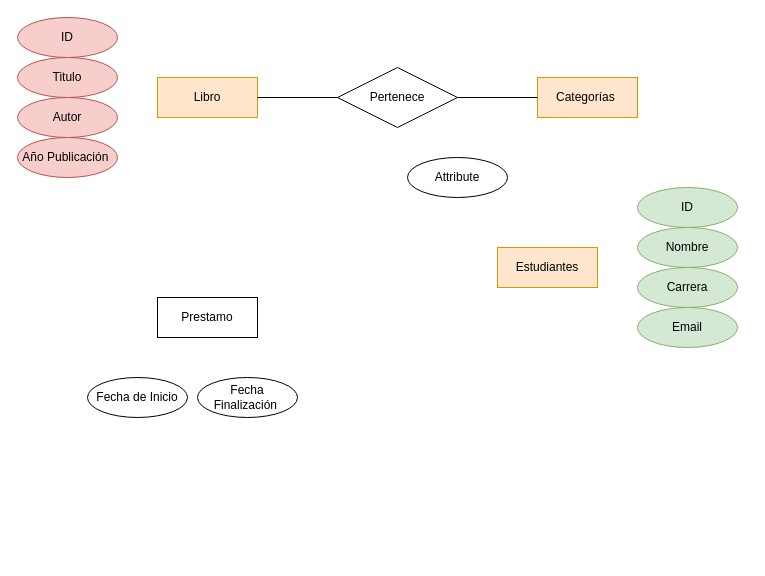
SebassX69/DiagramasDB keeps this draw.io diagram as LabMertoMR.drawio. Above is the earlier version. Source tidied: cells renumbered, new cells numbered last; positions are measured from the earlier drawing's top-left corner, leaving out a move shared by most shapes. Both pictures are drawn from the tidied source at 100%, with x=0, y=0 at pixel (17, 17).
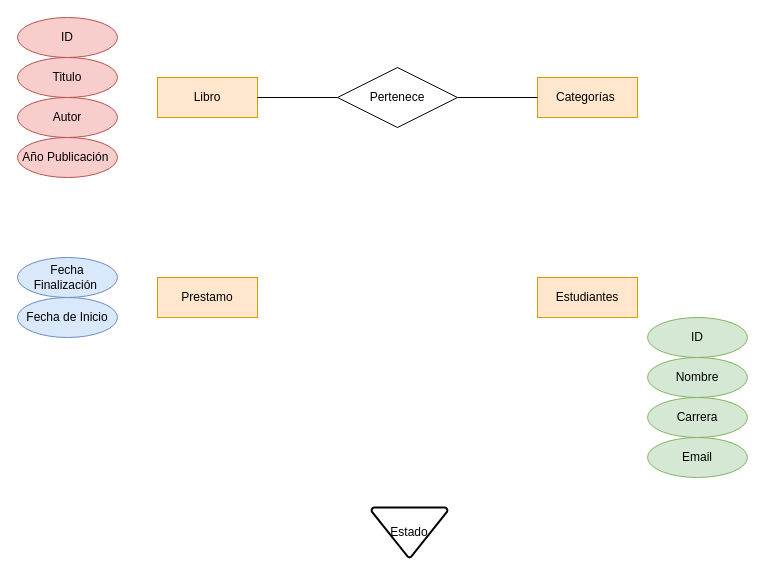
After the change.

What changed in the source:
```diff
@@
 <mxGraphModel>
   <root>
     <mxCell id="0" />
     <mxCell id="1" parent="0" />
     <mxCell id="2" value="Libro" style="whiteSpace=wrap;html=1;align=center;fillColor=#ffe6cc;strokeColor=#d79b00;" parent="1" vertex="1">
       <mxGeometry x="140" y="60" width="100" height="40" as="geometry" />
     </mxCell>
     <mxCell id="3" value="ID" style="ellipse;whiteSpace=wrap;html=1;align=center;fillColor=#f8cecc;strokeColor=#b85450;" parent="1" vertex="1">
       <mxGeometry width="100" height="40" as="geometry" />
     </mxCell>
     <mxCell id="4" value="Titulo" style="ellipse;whiteSpace=wrap;html=1;align=center;fillColor=#f8cecc;strokeColor=#b85450;" parent="1" vertex="1">
       <mxGeometry y="40" width="100" height="40" as="geometry" />
     </mxCell>
     <mxCell id="5" value="Autor" style="ellipse;whiteSpace=wrap;html=1;align=center;fillColor=#f8cecc;strokeColor=#b85450;" parent="1" vertex="1">
       <mxGeometry y="80" width="100" height="40" as="geometry" />
     </mxCell>
     <mxCell id="6" value="Año Publicación&lt;span style=&quot;background-color: transparent; color: light-dark(rgb(0, 0, 0), rgb(255, 255, 255));&quot;&gt;&amp;nbsp;&lt;/span&gt;" style="ellipse;whiteSpace=wrap;html=1;align=center;fillColor=#f8cecc;strokeColor=#b85450;" parent="1" vertex="1">
       <mxGeometry y="120" width="100" height="40" as="geometry" />
     </mxCell>
     <mxCell id="7" value="Categorías&amp;nbsp;" style="whiteSpace=wrap;html=1;align=center;fillColor=#ffe6cc;strokeColor=#d79b00;" parent="1" vertex="1">
       <mxGeometry x="520" y="60" width="100" height="40" as="geometry" />
     </mxCell>
     <mxCell id="8" value="Pertenece" style="shape=rhombus;perimeter=rhombusPerimeter;whiteSpace=wrap;html=1;align=center;" parent="1" vertex="1">
       <mxGeometry x="320" y="50" width="120" height="60" as="geometry" />
     </mxCell>
     <mxCell id="9" value="Estudiantes" style="whiteSpace=wrap;html=1;align=center;fillColor=#ffe6cc;strokeColor=#d79b00;" parent="1" vertex="1">
-      <mxGeometry x="480" y="230" width="100" height="40" as="geometry" />
+      <mxGeometry x="520" y="260" width="100" height="40" as="geometry" />
     </mxCell>
     <mxCell id="10" value="ID" style="ellipse;whiteSpace=wrap;html=1;align=center;fillColor=#d5e8d4;strokeColor=#82b366;" parent="1" vertex="1">
-      <mxGeometry x="620" y="170" width="100" height="40" as="geometry" />
+      <mxGeometry x="630" y="300" width="100" height="40" as="geometry" />
     </mxCell>
     <mxCell id="11" value="Nombre" style="ellipse;whiteSpace=wrap;html=1;align=center;fillColor=#d5e8d4;strokeColor=#82b366;" parent="1" vertex="1">
-      <mxGeometry x="620" y="210" width="100" height="40" as="geometry" />
+      <mxGeometry x="630" y="340" width="100" height="40" as="geometry" />
     </mxCell>
     <mxCell id="12" value="Carrera" style="ellipse;whiteSpace=wrap;html=1;align=center;fillColor=#d5e8d4;strokeColor=#82b366;" parent="1" vertex="1">
-      <mxGeometry x="620" y="250" width="100" height="40" as="geometry" />
+      <mxGeometry x="630" y="380" width="100" height="40" as="geometry" />
     </mxCell>
     <mxCell id="13" value="Email" style="ellipse;whiteSpace=wrap;html=1;align=center;fillColor=#d5e8d4;strokeColor=#82b366;" parent="1" vertex="1">
-      <mxGeometry x="620" y="290" width="100" height="40" as="geometry" />
+      <mxGeometry x="630" y="420" width="100" height="40" as="geometry" />
     </mxCell>
     <mxCell id="14" style="endArrow=none;html=1;rounded=0;exitX=1;exitY=0.5;exitDx=0;exitDy=0;entryX=0;entryY=0.5;entryDx=0;entryDy=0;" parent="1" edge="1" source="2" target="8">
       <mxGeometry relative="1" as="geometry" />
     </mxCell>
     <mxCell id="15" style="endArrow=none;html=1;rounded=0;exitX=1;exitY=0.5;exitDx=0;exitDy=0;entryX=0;entryY=0.5;entryDx=0;entryDy=0;" parent="1" edge="1" source="8" target="7">
       <mxGeometry relative="1" as="geometry" />
     </mxCell>
-    <mxCell id="16" value="Prestamo" style="whiteSpace=wrap;html=1;align=center;" parent="1" vertex="1">
-      <mxGeometry x="140" y="280" width="100" height="40" as="geometry" />
+    <mxCell id="16" value="Prestamo" style="whiteSpace=wrap;html=1;align=center;fillColor=#ffe6cc;strokeColor=#d79b00;" parent="1" vertex="1">
+      <mxGeometry x="140" y="260" width="100" height="40" as="geometry" />
     </mxCell>
-    <mxCell id="17" value="Fecha de Inicio" style="ellipse;whiteSpace=wrap;html=1;align=center;" parent="1" vertex="1">
-      <mxGeometry x="70" y="360" width="100" height="40" as="geometry" />
+    <mxCell id="17" value="Fecha de Inicio" style="ellipse;whiteSpace=wrap;html=1;align=center;fillColor=#dae8fc;strokeColor=#6c8ebf;" parent="1" vertex="1">
+      <mxGeometry y="280" width="100" height="40" as="geometry" />
     </mxCell>
-    <mxCell id="18" value="Fecha Finalización&amp;nbsp;" style="ellipse;whiteSpace=wrap;html=1;align=center;" parent="1" vertex="1">
-      <mxGeometry x="180" y="360" width="100" height="40" as="geometry" />
+    <mxCell id="18" value="Fecha Finalización&amp;nbsp;" style="ellipse;whiteSpace=wrap;html=1;align=center;fillColor=#dae8fc;strokeColor=#6c8ebf;" parent="1" vertex="1">
+      <mxGeometry y="240" width="100" height="40" as="geometry" />
     </mxCell>
-    <mxCell id="19" value="Attribute" style="ellipse;whiteSpace=wrap;html=1;align=center;" parent="1" vertex="1">
-      <mxGeometry x="390" y="140" width="100" height="40" as="geometry" />
-    </mxCell>
+    <mxCell id="20" value="Estado" style="strokeWidth=2;html=1;shape=mxgraph.flowchart.merge_or_storage;whiteSpace=wrap;" parent="1" vertex="1">
+      <mxGeometry x="354" y="490" width="76" height="50" as="geometry" />
+    </mxCell>
   </root>
 </mxGraphModel>
```
